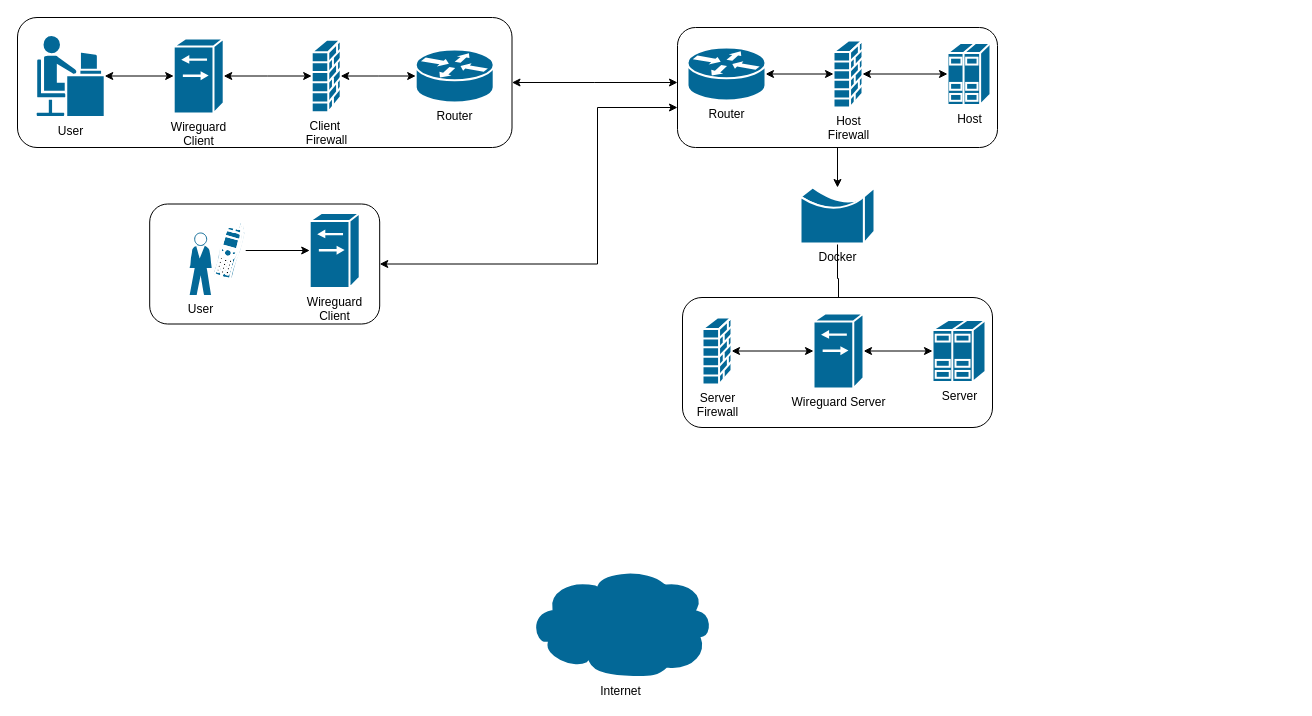
The draw.io diagram Draw.io/wireguard_with_docker.drawio in WorldOfWheat/Text, before the edit. Source tidied: cells renumbered, new cells numbered last; positions are measured from the earlier drawing's top-left corner, leaving out a move shared by most shapes. Both pictures are drawn from the tidied source at 100%, with x=0, y=0 at pixel (17, 17).
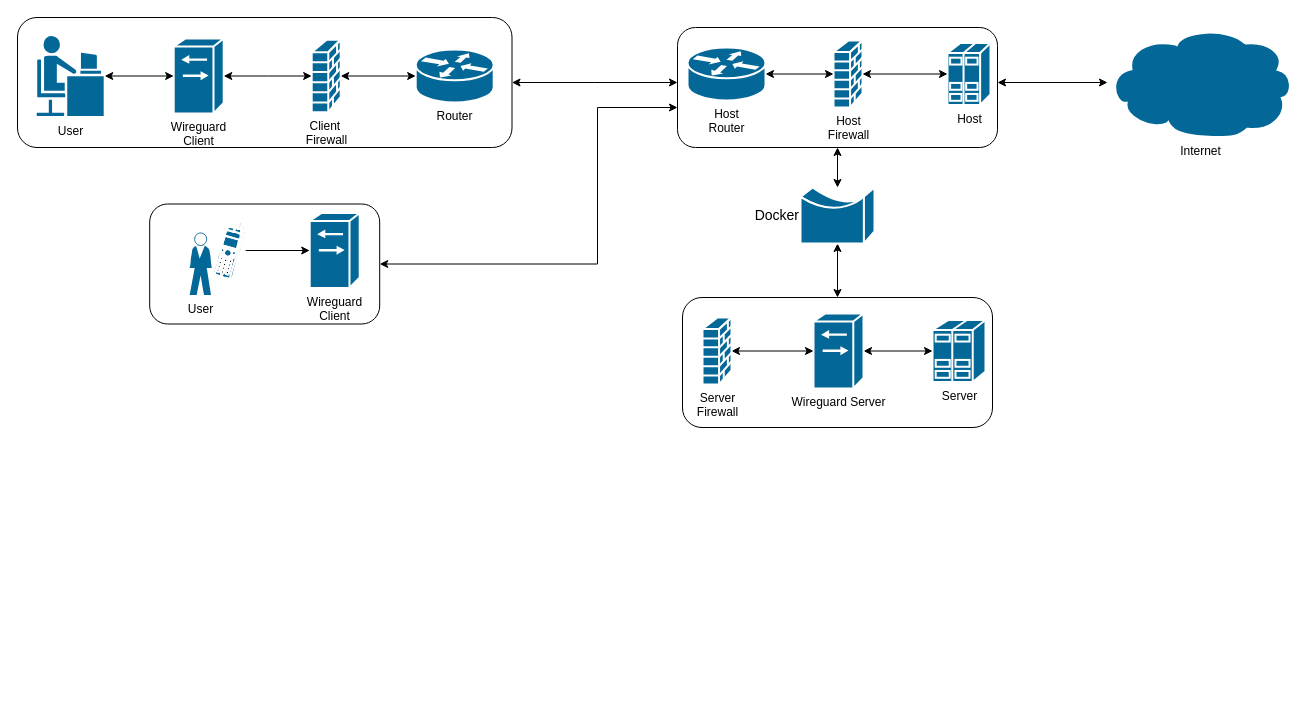
The same diagram, later.

Unchanged cells that the change refers to:
```xml
<mxCell id="21" style="group;" parent="1" vertex="1">
  <mxGeometry x="660" y="10" width="320" height="120" as="geometry" />
</mxCell>
<mxCell id="22" style="rounded=1;whiteSpace=wrap;html=1;" parent="21" vertex="1">
  <mxGeometry width="320" height="120" as="geometry" />
</mxCell>
<mxCell id="29" style="rounded=1;whiteSpace=wrap;html=1;" parent="28" vertex="1">
  <mxGeometry width="310" height="130" as="geometry" />
</mxCell>
<mxCell id="32" value="&lt;div&gt;Wireguard Server&lt;br&gt;&lt;/div&gt;" style="shape=mxgraph.cisco.switches.generic_softswitch;sketch=0;html=1;dashed=0;fillColor=#036897;strokeColor=#ffffff;strokeWidth=2;verticalLabelPosition=bottom;verticalAlign=top;align=center;outlineConnect=0;" parent="28" vertex="1">
  <mxGeometry x="131" y="16" width="50" height="75" as="geometry" />
</mxCell>
```

Diff of the diagram source:
```diff
@@
+    <mxCell id="37" style="edgeStyle=orthogonalEdgeStyle;rounded=0;jettySize=auto;html=1;startArrow=classic;startFill=1;" parent="1" edge="1" source="2">
+      <mxGeometry relative="1" as="geometry">
+        <mxPoint x="980" y="65" as="targetPoint" />
+      </mxGeometry>
+    </mxCell>
     <mxCell id="2" value="&lt;div&gt;Internet&lt;/div&gt;" style="shape=mxgraph.cisco.storage.cloud;sketch=0;html=1;dashed=0;fillColor=#036897;strokeColor=#ffffff;strokeWidth=2;verticalLabelPosition=bottom;verticalAlign=top;align=center;outlineConnect=0;" parent="1" vertex="1">
-      <mxGeometry x="510" y="550" width="186" height="110" as="geometry" />
+      <mxGeometry x="1090" y="10" width="186" height="110" as="geometry" />
     </mxCell>
-    <mxCell id="3" style="edgeStyle=orthogonalEdgeStyle;rounded=0;jettySize=auto;html=1;" parent="1" edge="1" source="4" target="32">
-      <mxGeometry relative="1" as="geometry" />
-    </mxCell>
+    <mxCell id="38" style="edgeStyle=orthogonalEdgeStyle;rounded=0;jettySize=auto;html=1;entryX=0.5;entryY=0;entryDx=0;entryDy=0;startArrow=classic;startFill=1;" parent="1" edge="1" source="4" target="29">
+      <mxGeometry relative="1" as="geometry" />
+    </mxCell>
-    <mxCell id="4" value="&lt;div&gt;Docker&lt;/div&gt;" style="shape=mxgraph.cisco.misc.bridge;sketch=0;html=1;dashed=0;fillColor=#036897;strokeColor=#ffffff;strokeWidth=2;verticalLabelPosition=bottom;verticalAlign=top;align=center;outlineConnect=0;direction=east;" parent="1" vertex="1">
+    <mxCell id="4" value="&lt;div style=&quot;font-size: 14px;&quot;&gt;Docker&lt;/div&gt;" style="shape=mxgraph.cisco.misc.bridge;sketch=0;html=1;dashed=0;fillColor=#036897;strokeColor=#ffffff;strokeWidth=2;verticalLabelPosition=middle;verticalAlign=middle;align=right;outlineConnect=0;direction=east;labelPosition=left;fontColor=#000000;fontSize=14;" parent="1" vertex="1">
       <mxGeometry x="783" y="170" width="74" height="56" as="geometry" />
     </mxCell>
@@
-    <mxCell id="27" value="Router" style="shape=mxgraph.cisco.routers.router;sketch=0;html=1;dashed=0;fillColor=#036897;strokeColor=#ffffff;strokeWidth=2;verticalLabelPosition=bottom;verticalAlign=top;align=center;outlineConnect=0;" parent="21" vertex="1">
+    <mxCell id="27" value="&lt;div&gt;Host&lt;/div&gt;&lt;div&gt;Router&lt;/div&gt;" style="shape=mxgraph.cisco.routers.router;sketch=0;html=1;dashed=0;fillColor=#036897;strokeColor=#ffffff;strokeWidth=2;verticalLabelPosition=bottom;verticalAlign=top;align=center;outlineConnect=0;" parent="21" vertex="1">
       <mxGeometry x="10" y="20" width="78" height="53" as="geometry" />
     </mxCell>
@@
-    <mxCell id="35" style="edgeStyle=orthogonalEdgeStyle;rounded=0;jettySize=auto;html=1;" parent="1" edge="1" source="22" target="4">
+    <mxCell id="35" style="edgeStyle=orthogonalEdgeStyle;rounded=0;jettySize=auto;html=1;startArrow=classic;startFill=1;" parent="1" edge="1" source="22" target="4">
       <mxGeometry relative="1" as="geometry" />
     </mxCell>
```
